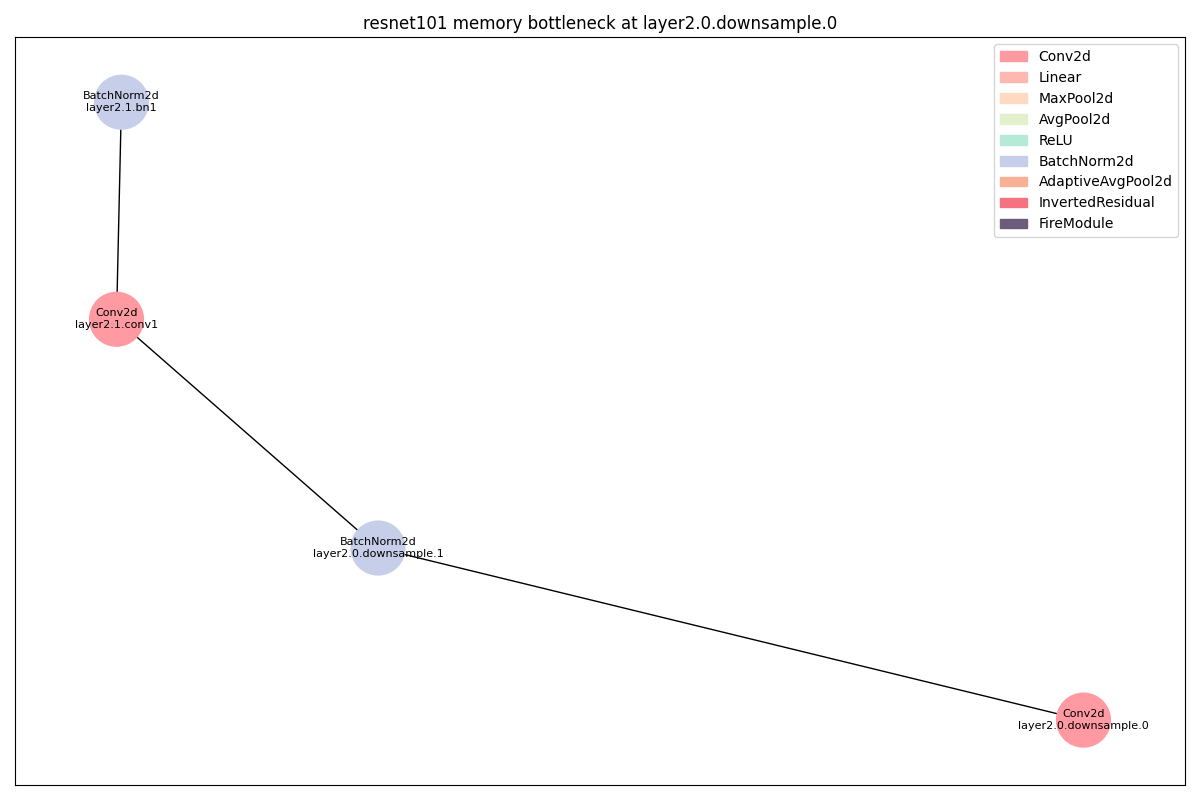
Above: dags/resnet101_memory_layer2_0_downsample_0_op.png in 11222-Meng/DNN_Bottlen_Layer_Analysis (Graphviz), before the change. Its source is kept beside it as dags/resnet101_memory_layer2_0_downsample_0_op.dot. The source it was exported from:
```dot
strict digraph "" {
	Conv2d_0	[color="#FF9AA2",
		layer_name="layer2.0.downsample.0",
		params=131072,
		type=Conv2d];
	BatchNorm2d_0	[color="#C7CEEA",
		layer_name="layer2.0.downsample.1",
		params=1024,
		type=BatchNorm2d];
	Conv2d_0 -> BatchNorm2d_0;
	Conv2d_1	[color="#FF9AA2",
		layer_name="layer2.1.conv1",
		params=65536,
		type=Conv2d];
	BatchNorm2d_0 -> Conv2d_1;
	BatchNorm2d_1	[color="#C7CEEA",
		layer_name="layer2.1.bn1",
		params=256,
		type=BatchNorm2d];
	Conv2d_1 -> BatchNorm2d_1;
}
```
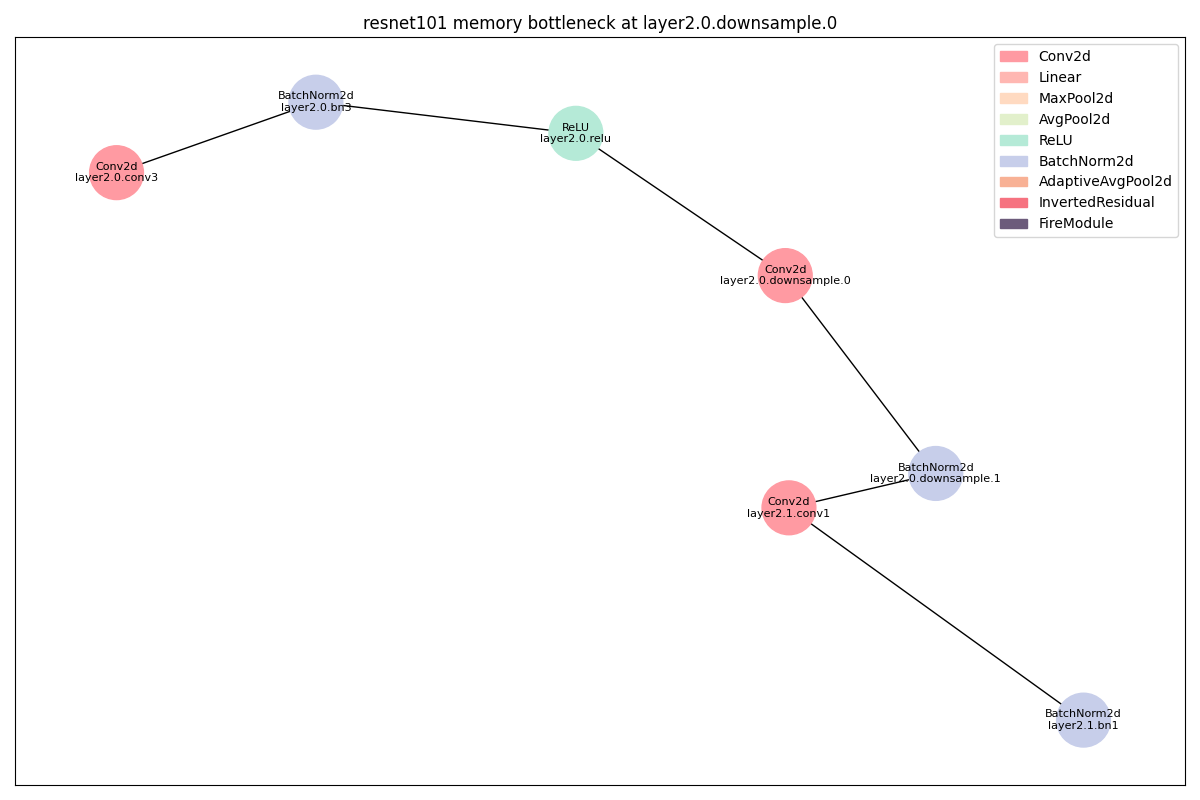
The same diagram one commit later.

Change to the diagram source:
```diff
@@ -1,21 +1,36 @@
 strict digraph "" {
 	Conv2d_0	[color="#FF9AA2",
+		layer_name="layer2.0.conv3",
+		params=65536,
+		type=Conv2d];
+	BatchNorm2d_0	[color="#C7CEEA",
+		layer_name="layer2.0.bn3",
+		params=1024,
+		type=BatchNorm2d];
+	Conv2d_0 -> BatchNorm2d_0;
+	ReLU_0	[color="#B5EAD7",
+		layer_name="layer2.0.relu",
+		params=0,
+		type=ReLU];
+	BatchNorm2d_0 -> ReLU_0;
+	Conv2d_1	[color="#FF9AA2",
 		layer_name="layer2.0.downsample.0",
 		params=131072,
 		type=Conv2d];
-	BatchNorm2d_0	[color="#C7CEEA",
+	ReLU_0 -> Conv2d_1;
+	BatchNorm2d_1	[color="#C7CEEA",
 		layer_name="layer2.0.downsample.1",
 		params=1024,
 		type=BatchNorm2d];
-	Conv2d_0 -> BatchNorm2d_0;
-	Conv2d_1	[color="#FF9AA2",
+	Conv2d_1 -> BatchNorm2d_1;
+	Conv2d_2	[color="#FF9AA2",
 		layer_name="layer2.1.conv1",
 		params=65536,
 		type=Conv2d];
-	BatchNorm2d_0 -> Conv2d_1;
-	BatchNorm2d_1	[color="#C7CEEA",
+	BatchNorm2d_1 -> Conv2d_2;
+	BatchNorm2d_2	[color="#C7CEEA",
 		layer_name="layer2.1.bn1",
 		params=256,
 		type=BatchNorm2d];
-	Conv2d_1 -> BatchNorm2d_1;
+	Conv2d_2 -> BatchNorm2d_2;
 }
```
